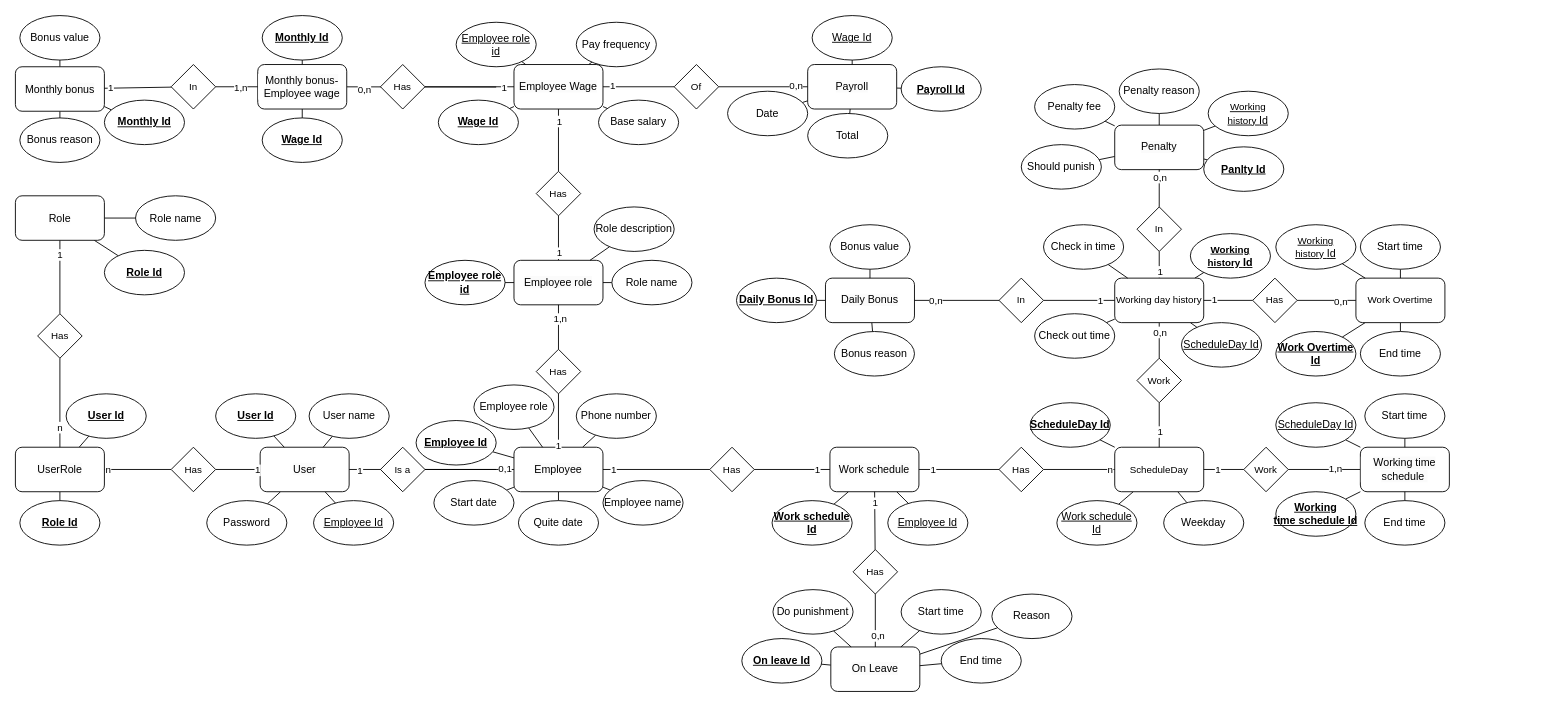
HoangDepTraiBoDoiThe/EmployeeManagement keeps this draw.io diagram as Doc/ER.drawio. Above is the earlier version. Source tidied: cells renumbered, new cells numbered last; positions are measured from the earlier drawing's top-left corner, leaving out a move shared by most shapes. Both pictures are drawn from the tidied source at 89%, with x=0, y=0 at pixel (15, 15).
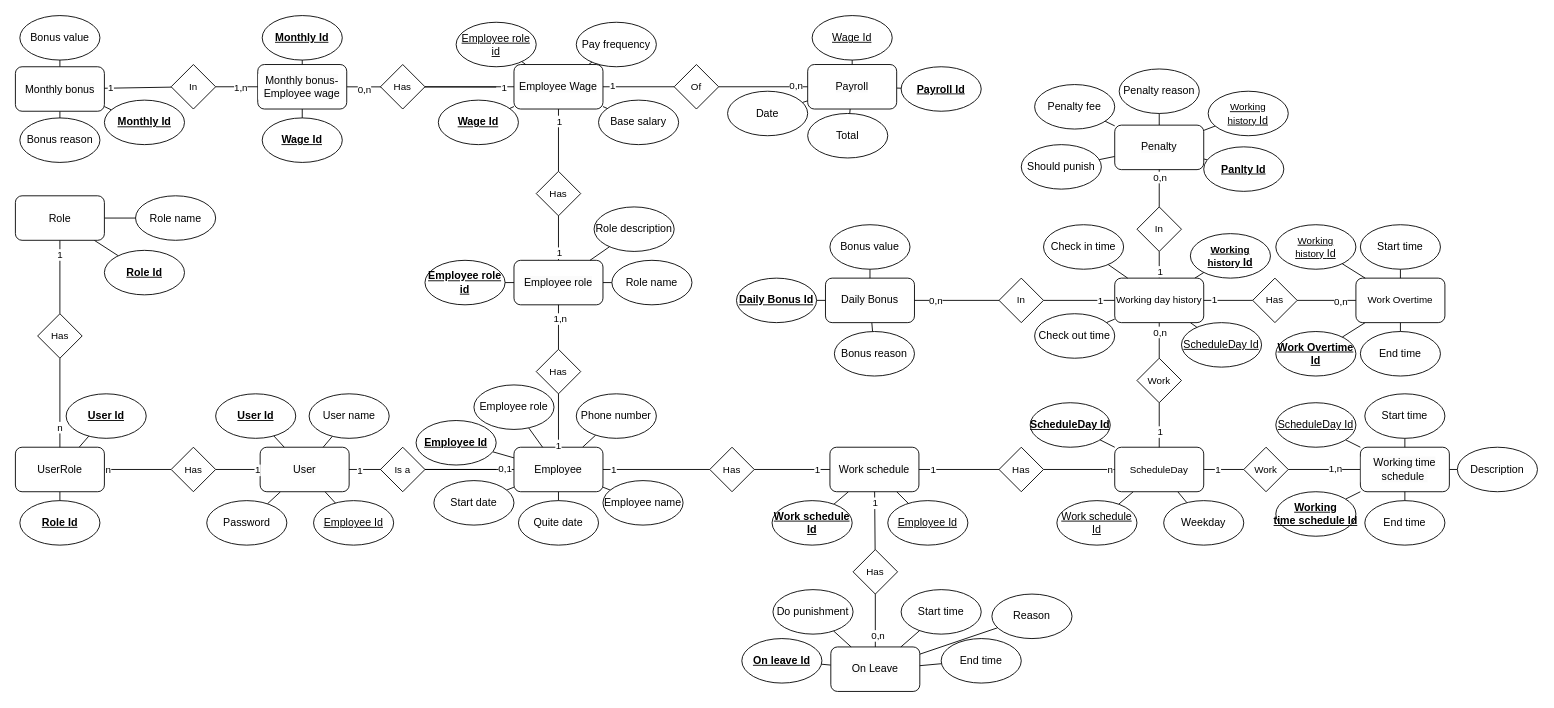
Above is the later version.

The change refers to these unchanged cells:
```xml
<mxCell id="104" value="&lt;span style=&quot;font-size: 12px; background-color: rgb(251, 251, 251);&quot;&gt;Working time schedule&amp;nbsp;&lt;/span&gt;" style="rounded=1;whiteSpace=wrap;html=1;fontFamily=Helvetica;fontSize=11;fontColor=default;labelBackgroundColor=default;" parent="1" vertex="1">
  <mxGeometry x="1511" y="485" width="100" height="50" as="geometry" />
</mxCell>
```

What changed in the source:
```diff
@@
+    <mxCell id="219" style="edgeStyle=none;shape=connector;rounded=0;jettySize=auto;html=1;strokeColor=default;align=center;verticalAlign=middle;fontFamily=Helvetica;fontSize=11;fontColor=default;labelBackgroundColor=default;endArrow=none;endFill=0;" parent="1" edge="1" source="104" target="220">
+      <mxGeometry relative="1" as="geometry" />
+    </mxCell>
@@
+    <mxCell id="220" value="Description" style="ellipse;whiteSpace=wrap;html=1;fontStyle=0;" parent="1" vertex="1">
+      <mxGeometry x="1620" y="485" width="90" height="50" as="geometry" />
+    </mxCell>
```
